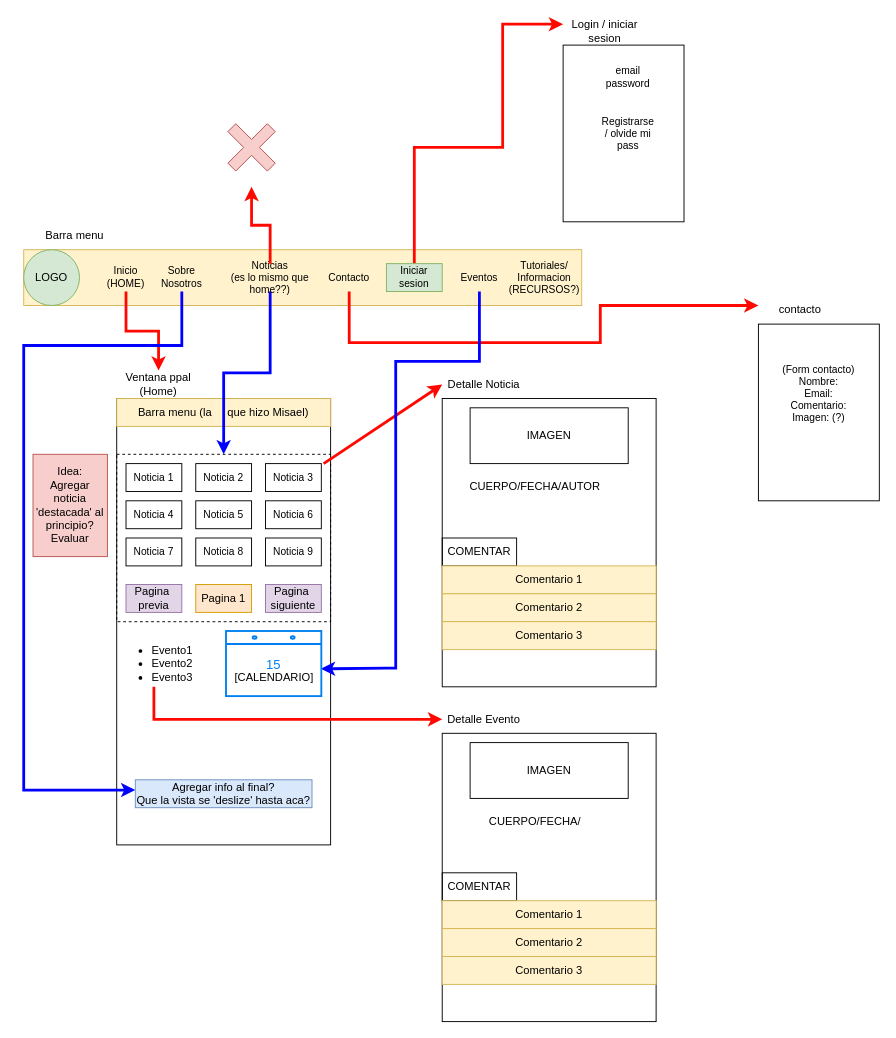
Before: page "maquetado 2" (3 of 3) of Notas.drawio in AlexisRmnk/PF_Informatorio22, a draw.io diagram. Source tidied: cells renumbered, new cells numbered last; positions are measured from the earlier drawing's top-left corner, leaving out a move shared by most shapes. Both pictures are drawn from the tidied source at 93%, with x=0, y=0 at pixel (23, 17).
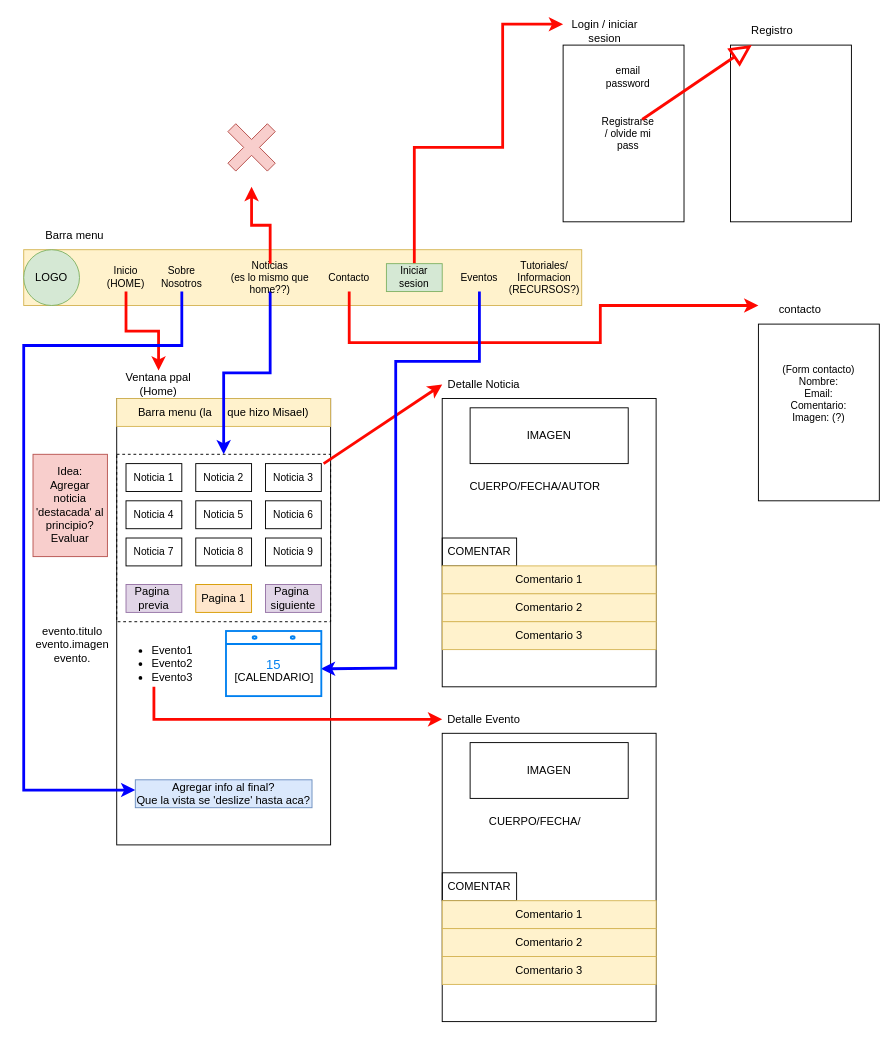
After the change.

Unchanged cells that the change refers to:
```xml
<mxCell id="35" value="Registrarse / olvide mi pass" style="text;html=1;strokeColor=none;fillColor=none;align=center;verticalAlign=middle;whiteSpace=wrap;rounded=0;fontFamily=Helvetica;fontSize=11;fontColor=default;" parent="1" vertex="1">
  <mxGeometry x="620" y="110" width="60" height="30" as="geometry" />
</mxCell>
```

Diff of the diagram source:
```diff
@@
+    <mxCell id="66" value="evento.titulo&lt;br&gt;evento.imagen&lt;br&gt;evento." style="text;html=1;strokeColor=none;fillColor=none;align=center;verticalAlign=middle;whiteSpace=wrap;rounded=0;dashed=1;" parent="1" vertex="1">
+      <mxGeometry x="20" y="660" width="65" height="30" as="geometry" />
+    </mxCell>
+    <mxCell id="67" style="rounded=0;whiteSpace=wrap;html=1;" parent="1" vertex="1">
+      <mxGeometry x="760" y="30" width="130" height="190" as="geometry" />
+    </mxCell>
+    <mxCell id="68" value="Registro" style="text;html=1;strokeColor=none;fillColor=none;align=center;verticalAlign=middle;whiteSpace=wrap;rounded=0;" parent="1" vertex="1">
+      <mxGeometry x="760" width="90" height="30" as="geometry" />
+    </mxCell>
+    <mxCell id="69" style="endArrow=block;endSize=16;endFill=0;html=1;rounded=0;exitX=0.75;exitY=0;exitDx=0;exitDy=0;strokeColor=#FF0800;strokeWidth=3;" parent="1" edge="1" source="35" target="68">
+      <mxGeometry x="-0.24" y="10" relative="1" as="geometry" />
+    </mxCell>
```
